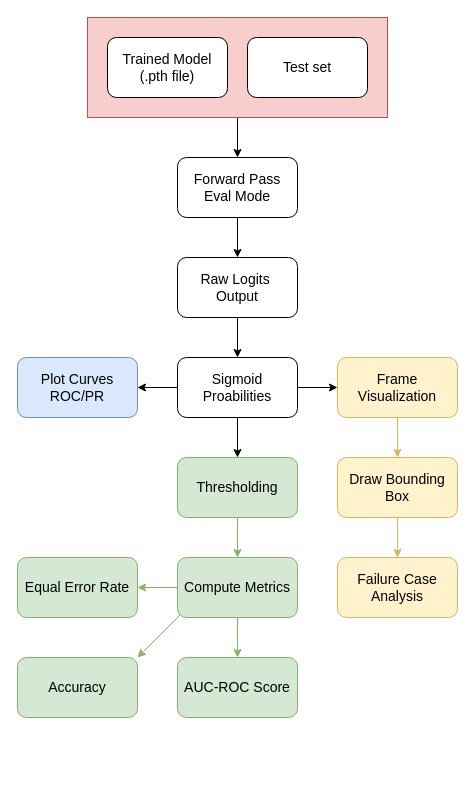
Above: DeepfakeEvaluation.drawio in lukas0173/Draw.io (draw.io), before the change. Source tidied: cells renumbered, new cells numbered last; positions are measured from the earlier drawing's top-left corner, leaving out a move shared by most shapes. Both pictures are drawn from the tidied source at 100%, with x=0, y=0 at pixel (17, 17).
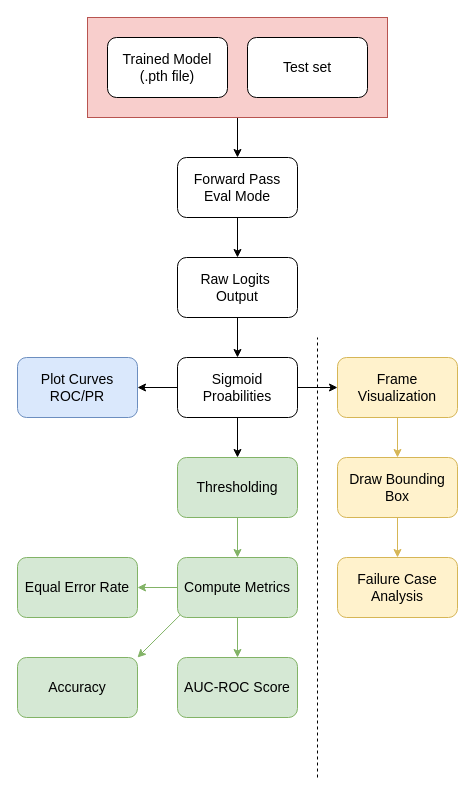
The same page after the edit.

Diff of the diagram source:
```diff
@@
+    <mxCell id="29" style="endArrow=none;dashed=1;html=1;rounded=0;" parent="1" edge="1">
+      <mxGeometry relative="1" as="geometry">
+        <mxPoint x="300" y="760" as="sourcePoint" />
+        <mxPoint x="300" y="320" as="targetPoint" />
+      </mxGeometry>
+    </mxCell>
```
